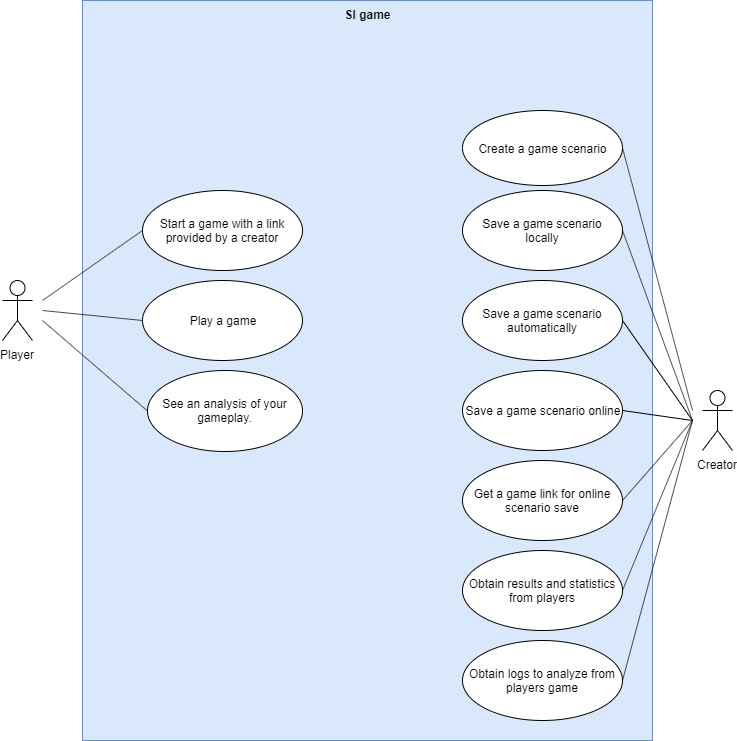
lasaris/si-game keeps this draw.io diagram as SI_usecase.png. Above is the earlier version. Source tidied: cells renumbered, new cells last; positions are measured from the earlier drawing's top-left corner, leaving out a move shared by most shapes. Source of this version:
```xml
<mxGraphModel>
  <root>
    <mxCell id="0" />
    <mxCell id="1" parent="0" />
    <mxCell id="2" value="SI game" style="shape=rect;html=1;verticalAlign=top;fontStyle=1;whiteSpace=wrap;align=center;fillColor=#dae8fc;strokeColor=#6c8ebf;" parent="1" vertex="1">
      <mxGeometry x="80" width="570" height="740" as="geometry" />
    </mxCell>
    <mxCell id="3" value="Player" style="shape=umlActor;html=1;verticalLabelPosition=bottom;verticalAlign=top;align=center;" parent="1" vertex="1">
      <mxGeometry y="280" width="30" height="60" as="geometry" />
    </mxCell>
    <mxCell id="4" value="Creator" style="shape=umlActor;html=1;verticalLabelPosition=bottom;verticalAlign=top;align=center;" parent="1" vertex="1">
      <mxGeometry x="700" y="390" width="30" height="60" as="geometry" />
    </mxCell>
    <mxCell id="5" value="Start a game with a link provided by a creator" style="ellipse;whiteSpace=wrap;html=1;" parent="1" vertex="1">
      <mxGeometry x="140" y="190" width="160" height="80" as="geometry" />
    </mxCell>
    <mxCell id="6" value="Play a game" style="ellipse;whiteSpace=wrap;html=1;" parent="1" vertex="1">
      <mxGeometry x="140" y="280" width="160" height="80" as="geometry" />
    </mxCell>
    <mxCell id="7" style="edgeStyle=none;html=1;endArrow=none;verticalAlign=bottom;entryX=0;entryY=0.5;entryDx=0;entryDy=0;" parent="1" edge="1" target="5">
      <mxGeometry relative="1" as="geometry">
        <mxPoint x="40" y="300" as="sourcePoint" />
      </mxGeometry>
    </mxCell>
    <mxCell id="8" style="edgeStyle=none;html=1;endArrow=none;verticalAlign=bottom;entryX=0;entryY=0.5;entryDx=0;entryDy=0;" parent="1" edge="1" target="6">
      <mxGeometry relative="1" as="geometry">
        <mxPoint x="40" y="310" as="sourcePoint" />
      </mxGeometry>
    </mxCell>
    <mxCell id="9" value="Create a game scenario" style="ellipse;whiteSpace=wrap;html=1;" parent="1" vertex="1">
      <mxGeometry x="460" y="110" width="160" height="75" as="geometry" />
    </mxCell>
    <mxCell id="10" value="See an analysis of your gameplay." style="ellipse;whiteSpace=wrap;html=1;direction=west;rotation=0;" parent="1" vertex="1">
      <mxGeometry x="145" y="370" width="155" height="81" as="geometry" />
    </mxCell>
    <mxCell id="11" style="edgeStyle=none;html=1;endArrow=none;verticalAlign=bottom;entryX=1;entryY=0.5;entryDx=0;entryDy=0;" parent="1" edge="1" target="10">
      <mxGeometry relative="1" as="geometry">
        <mxPoint x="40" y="320" as="sourcePoint" />
      </mxGeometry>
    </mxCell>
    <mxCell id="12" value="Save a game scenario locally" style="ellipse;whiteSpace=wrap;html=1;" parent="1" vertex="1">
      <mxGeometry x="460" y="190" width="160" height="80" as="geometry" />
    </mxCell>
    <mxCell id="13" value="Save a game scenario automatically" style="ellipse;whiteSpace=wrap;html=1;" parent="1" vertex="1">
      <mxGeometry x="460" y="280" width="160" height="80" as="geometry" />
    </mxCell>
    <mxCell id="14" value="Save a game scenario online" style="ellipse;whiteSpace=wrap;html=1;" parent="1" vertex="1">
      <mxGeometry x="460" y="370" width="160" height="80" as="geometry" />
    </mxCell>
    <mxCell id="15" style="edgeStyle=none;html=1;endArrow=none;verticalAlign=bottom;exitX=1;exitY=0.5;exitDx=0;exitDy=0;" parent="1" edge="1" source="9">
      <mxGeometry relative="1" as="geometry">
        <mxPoint x="690" y="410" as="targetPoint" />
      </mxGeometry>
    </mxCell>
    <mxCell id="16" style="edgeStyle=none;html=1;endArrow=none;verticalAlign=bottom;exitX=1;exitY=0.5;exitDx=0;exitDy=0;" parent="1" edge="1" source="12">
      <mxGeometry relative="1" as="geometry">
        <mxPoint x="690" y="420" as="targetPoint" />
      </mxGeometry>
    </mxCell>
    <mxCell id="17" style="edgeStyle=none;html=1;endArrow=none;verticalAlign=bottom;exitX=1;exitY=0.5;exitDx=0;exitDy=0;" parent="1" edge="1" source="13">
      <mxGeometry relative="1" as="geometry">
        <mxPoint x="690" y="420" as="targetPoint" />
      </mxGeometry>
    </mxCell>
    <mxCell id="18" style="edgeStyle=none;html=1;endArrow=none;verticalAlign=bottom;exitX=1;exitY=0.5;exitDx=0;exitDy=0;" parent="1" edge="1" source="14">
      <mxGeometry relative="1" as="geometry">
        <mxPoint x="690" y="420" as="targetPoint" />
      </mxGeometry>
    </mxCell>
    <mxCell id="19" value="Get a game link for online scenario save" style="ellipse;whiteSpace=wrap;html=1;" parent="1" vertex="1">
      <mxGeometry x="460" y="460" width="160" height="80" as="geometry" />
    </mxCell>
    <mxCell id="20" value="Obtain results and statistics from players" style="ellipse;whiteSpace=wrap;html=1;" parent="1" vertex="1">
      <mxGeometry x="460" y="550" width="160" height="80" as="geometry" />
    </mxCell>
    <mxCell id="21" value="Obtain logs to analyze from players game" style="ellipse;whiteSpace=wrap;html=1;" parent="1" vertex="1">
      <mxGeometry x="460" y="640" width="160" height="80" as="geometry" />
    </mxCell>
    <mxCell id="22" style="edgeStyle=none;html=1;endArrow=none;verticalAlign=bottom;exitX=1;exitY=0.5;exitDx=0;exitDy=0;" parent="1" edge="1" source="19">
      <mxGeometry relative="1" as="geometry">
        <mxPoint x="690" y="420" as="targetPoint" />
      </mxGeometry>
    </mxCell>
    <mxCell id="23" style="edgeStyle=none;html=1;endArrow=none;verticalAlign=bottom;exitX=1;exitY=0.5;exitDx=0;exitDy=0;" parent="1" edge="1" source="20">
      <mxGeometry relative="1" as="geometry">
        <mxPoint x="690" y="420" as="targetPoint" />
      </mxGeometry>
    </mxCell>
    <mxCell id="24" style="edgeStyle=none;html=1;endArrow=none;verticalAlign=bottom;exitX=1;exitY=0.5;exitDx=0;exitDy=0;" parent="1" edge="1" source="21">
      <mxGeometry relative="1" as="geometry">
        <mxPoint x="690" y="420" as="targetPoint" />
      </mxGeometry>
    </mxCell>
  </root>
</mxGraphModel>
```
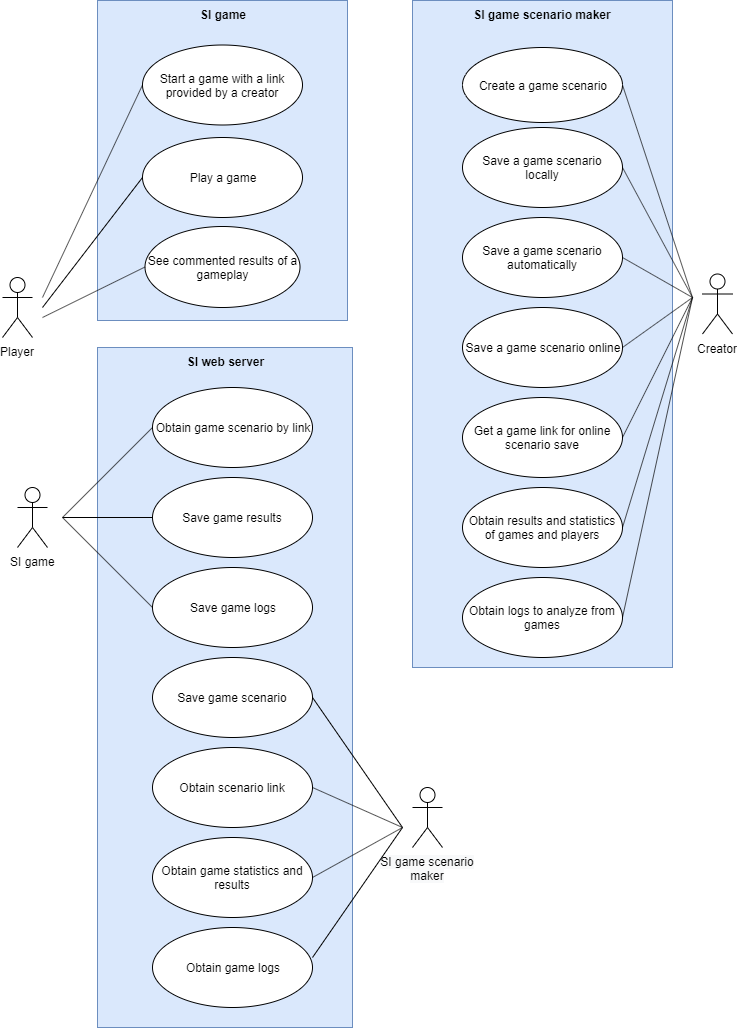
Later version of the same file.

Commit message:
Use case splitted into 3 systems

Change to the diagram source:
```diff
@@ -2,40 +2,43 @@
   <root>
     <mxCell id="0" />
     <mxCell id="1" parent="0" />
+    <mxCell id="25" value="SI game scenario maker" style="shape=rect;html=1;verticalAlign=top;fontStyle=1;whiteSpace=wrap;align=center;fillColor=#dae8fc;strokeColor=#6c8ebf;" parent="1" vertex="1">
+      <mxGeometry x="410" y="63" width="260" height="667" as="geometry" />
+    </mxCell>
     <mxCell id="2" value="SI game" style="shape=rect;html=1;verticalAlign=top;fontStyle=1;whiteSpace=wrap;align=center;fillColor=#dae8fc;strokeColor=#6c8ebf;" parent="1" vertex="1">
-      <mxGeometry x="80" width="570" height="740" as="geometry" />
+      <mxGeometry x="95" y="63" width="250" height="320" as="geometry" />
     </mxCell>
     <mxCell id="3" value="Player" style="shape=umlActor;html=1;verticalLabelPosition=bottom;verticalAlign=top;align=center;" parent="1" vertex="1">
-      <mxGeometry y="280" width="30" height="60" as="geometry" />
+      <mxGeometry y="340" width="30" height="60" as="geometry" />
     </mxCell>
     <mxCell id="4" value="Creator" style="shape=umlActor;html=1;verticalLabelPosition=bottom;verticalAlign=top;align=center;" parent="1" vertex="1">
-      <mxGeometry x="700" y="390" width="30" height="60" as="geometry" />
+      <mxGeometry x="700" y="336.5" width="30" height="60" as="geometry" />
     </mxCell>
     <mxCell id="5" value="Start a game with a link provided by a creator" style="ellipse;whiteSpace=wrap;html=1;" parent="1" vertex="1">
-      <mxGeometry x="140" y="190" width="160" height="80" as="geometry" />
+      <mxGeometry x="140" y="107.5" width="160" height="80" as="geometry" />
     </mxCell>
     <mxCell id="6" value="Play a game" style="ellipse;whiteSpace=wrap;html=1;" parent="1" vertex="1">
-      <mxGeometry x="140" y="280" width="160" height="80" as="geometry" />
+      <mxGeometry x="140" y="200" width="160" height="80" as="geometry" />
     </mxCell>
     <mxCell id="7" style="edgeStyle=none;html=1;endArrow=none;verticalAlign=bottom;entryX=0;entryY=0.5;entryDx=0;entryDy=0;" parent="1" edge="1" target="5">
       <mxGeometry relative="1" as="geometry">
-        <mxPoint x="40" y="300" as="sourcePoint" />
+        <mxPoint x="40" y="360" as="sourcePoint" />
       </mxGeometry>
     </mxCell>
     <mxCell id="8" style="edgeStyle=none;html=1;endArrow=none;verticalAlign=bottom;entryX=0;entryY=0.5;entryDx=0;entryDy=0;" parent="1" edge="1" target="6">
       <mxGeometry relative="1" as="geometry">
-        <mxPoint x="40" y="310" as="sourcePoint" />
+        <mxPoint x="40" y="370" as="sourcePoint" />
       </mxGeometry>
     </mxCell>
     <mxCell id="9" value="Create a game scenario" style="ellipse;whiteSpace=wrap;html=1;" parent="1" vertex="1">
       <mxGeometry x="460" y="110" width="160" height="75" as="geometry" />
     </mxCell>
-    <mxCell id="10" value="See an analysis of your gameplay." style="ellipse;whiteSpace=wrap;html=1;direction=west;rotation=0;" parent="1" vertex="1">
-      <mxGeometry x="145" y="370" width="155" height="81" as="geometry" />
+    <mxCell id="10" value="See commented results of a gameplay" style="ellipse;whiteSpace=wrap;html=1;direction=west;rotation=0;" parent="1" vertex="1">
+      <mxGeometry x="142.5" y="289" width="155" height="81" as="geometry" />
     </mxCell>
     <mxCell id="11" style="edgeStyle=none;html=1;endArrow=none;verticalAlign=bottom;entryX=1;entryY=0.5;entryDx=0;entryDy=0;" parent="1" edge="1" target="10">
       <mxGeometry relative="1" as="geometry">
-        <mxPoint x="40" y="320" as="sourcePoint" />
+        <mxPoint x="40" y="380" as="sourcePoint" />
       </mxGeometry>
     </mxCell>
     <mxCell id="12" value="Save a game scenario locally" style="ellipse;whiteSpace=wrap;html=1;" parent="1" vertex="1">
@@ -49,47 +52,113 @@
     </mxCell>
     <mxCell id="15" style="edgeStyle=none;html=1;endArrow=none;verticalAlign=bottom;exitX=1;exitY=0.5;exitDx=0;exitDy=0;" parent="1" edge="1" source="9">
       <mxGeometry relative="1" as="geometry">
-        <mxPoint x="690" y="410" as="targetPoint" />
+        <mxPoint x="690" y="360" as="targetPoint" />
       </mxGeometry>
     </mxCell>
     <mxCell id="16" style="edgeStyle=none;html=1;endArrow=none;verticalAlign=bottom;exitX=1;exitY=0.5;exitDx=0;exitDy=0;" parent="1" edge="1" source="12">
       <mxGeometry relative="1" as="geometry">
-        <mxPoint x="690" y="420" as="targetPoint" />
+        <mxPoint x="690" y="360" as="targetPoint" />
       </mxGeometry>
     </mxCell>
     <mxCell id="17" style="edgeStyle=none;html=1;endArrow=none;verticalAlign=bottom;exitX=1;exitY=0.5;exitDx=0;exitDy=0;" parent="1" edge="1" source="13">
       <mxGeometry relative="1" as="geometry">
-        <mxPoint x="690" y="420" as="targetPoint" />
+        <mxPoint x="690" y="360" as="targetPoint" />
       </mxGeometry>
     </mxCell>
     <mxCell id="18" style="edgeStyle=none;html=1;endArrow=none;verticalAlign=bottom;exitX=1;exitY=0.5;exitDx=0;exitDy=0;" parent="1" edge="1" source="14">
       <mxGeometry relative="1" as="geometry">
-        <mxPoint x="690" y="420" as="targetPoint" />
+        <mxPoint x="690" y="360" as="targetPoint" />
       </mxGeometry>
     </mxCell>
     <mxCell id="19" value="Get a game link for online scenario save" style="ellipse;whiteSpace=wrap;html=1;" parent="1" vertex="1">
       <mxGeometry x="460" y="460" width="160" height="80" as="geometry" />
     </mxCell>
-    <mxCell id="20" value="Obtain results and statistics from players" style="ellipse;whiteSpace=wrap;html=1;" parent="1" vertex="1">
+    <mxCell id="20" value="Obtain results and statistics of games and players" style="ellipse;whiteSpace=wrap;html=1;" parent="1" vertex="1">
       <mxGeometry x="460" y="550" width="160" height="80" as="geometry" />
     </mxCell>
-    <mxCell id="21" value="Obtain logs to analyze from players game" style="ellipse;whiteSpace=wrap;html=1;" parent="1" vertex="1">
+    <mxCell id="21" value="Obtain logs to analyze from games" style="ellipse;whiteSpace=wrap;html=1;" parent="1" vertex="1">
       <mxGeometry x="460" y="640" width="160" height="80" as="geometry" />
     </mxCell>
     <mxCell id="22" style="edgeStyle=none;html=1;endArrow=none;verticalAlign=bottom;exitX=1;exitY=0.5;exitDx=0;exitDy=0;" parent="1" edge="1" source="19">
       <mxGeometry relative="1" as="geometry">
-        <mxPoint x="690" y="420" as="targetPoint" />
+        <mxPoint x="690" y="360" as="targetPoint" />
       </mxGeometry>
     </mxCell>
     <mxCell id="23" style="edgeStyle=none;html=1;endArrow=none;verticalAlign=bottom;exitX=1;exitY=0.5;exitDx=0;exitDy=0;" parent="1" edge="1" source="20">
       <mxGeometry relative="1" as="geometry">
-        <mxPoint x="690" y="420" as="targetPoint" />
+        <mxPoint x="690" y="360" as="targetPoint" />
       </mxGeometry>
     </mxCell>
     <mxCell id="24" style="edgeStyle=none;html=1;endArrow=none;verticalAlign=bottom;exitX=1;exitY=0.5;exitDx=0;exitDy=0;" parent="1" edge="1" source="21">
       <mxGeometry relative="1" as="geometry">
-        <mxPoint x="690" y="420" as="targetPoint" />
+        <mxPoint x="690" y="360" as="targetPoint" />
       </mxGeometry>
     </mxCell>
+    <mxCell id="26" value="SI web server" style="shape=rect;html=1;verticalAlign=top;fontStyle=1;whiteSpace=wrap;align=center;fillColor=#dae8fc;strokeColor=#6c8ebf;" parent="1" vertex="1">
+      <mxGeometry x="95" y="410" width="255" height="680" as="geometry" />
+    </mxCell>
+    <mxCell id="27" value="SI game" style="shape=umlActor;html=1;verticalLabelPosition=bottom;verticalAlign=top;align=center;" parent="1" vertex="1">
+      <mxGeometry x="15" y="550" width="30" height="60" as="geometry" />
+    </mxCell>
+    <mxCell id="28" value="Obtain game scenario by link" style="ellipse;whiteSpace=wrap;html=1;" parent="1" vertex="1">
+      <mxGeometry x="150" y="450" width="160" height="80" as="geometry" />
+    </mxCell>
+    <mxCell id="29" style="edgeStyle=none;html=1;endArrow=none;verticalAlign=bottom;entryX=0;entryY=0.5;entryDx=0;entryDy=0;" parent="1" edge="1" target="28">
+      <mxGeometry relative="1" as="geometry">
+        <mxPoint x="60" y="580" as="sourcePoint" />
+      </mxGeometry>
+    </mxCell>
+    <mxCell id="30" value="Save game results" style="ellipse;whiteSpace=wrap;html=1;" parent="1" vertex="1">
+      <mxGeometry x="150" y="540" width="160" height="80" as="geometry" />
+    </mxCell>
+    <mxCell id="31" value="Save game logs" style="ellipse;whiteSpace=wrap;html=1;" parent="1" vertex="1">
+      <mxGeometry x="150" y="630" width="160" height="80" as="geometry" />
+    </mxCell>
+    <mxCell id="32" style="edgeStyle=none;html=1;endArrow=none;verticalAlign=bottom;entryX=0;entryY=0.5;entryDx=0;entryDy=0;" parent="1" edge="1" target="30">
+      <mxGeometry relative="1" as="geometry">
+        <mxPoint x="60" y="580" as="sourcePoint" />
+      </mxGeometry>
+    </mxCell>
+    <mxCell id="33" style="edgeStyle=none;html=1;endArrow=none;verticalAlign=bottom;entryX=0;entryY=0.5;entryDx=0;entryDy=0;" parent="1" edge="1" target="31">
+      <mxGeometry relative="1" as="geometry">
+        <mxPoint x="60" y="580" as="sourcePoint" />
+      </mxGeometry>
+    </mxCell>
+    <mxCell id="34" value="Save game scenario" style="ellipse;whiteSpace=wrap;html=1;" parent="1" vertex="1">
+      <mxGeometry x="150" y="720" width="160" height="80" as="geometry" />
+    </mxCell>
+    <mxCell id="35" value="Obtain scenario link" style="ellipse;whiteSpace=wrap;html=1;" parent="1" vertex="1">
+      <mxGeometry x="150" y="810" width="160" height="80" as="geometry" />
+    </mxCell>
+    <mxCell id="36" value="Obtain game statistics and results" style="ellipse;whiteSpace=wrap;html=1;" parent="1" vertex="1">
+      <mxGeometry x="150" y="900" width="160" height="80" as="geometry" />
+    </mxCell>
+    <mxCell id="37" value="Obtain game logs" style="ellipse;whiteSpace=wrap;html=1;" parent="1" vertex="1">
+      <mxGeometry x="150" y="990" width="160" height="80" as="geometry" />
+    </mxCell>
+    <mxCell id="38" value="&lt;span style=&quot;white-space: normal ; background-color: rgb(248 , 249 , 250)&quot;&gt;SI game scenario maker&lt;/span&gt;" style="shape=umlActor;verticalLabelPosition=bottom;labelBackgroundColor=#ffffff;verticalAlign=top;html=1;" parent="1" vertex="1">
+      <mxGeometry x="410" y="850" width="30" height="60" as="geometry" />
+    </mxCell>
+    <mxCell id="39" style="edgeStyle=none;html=1;endArrow=none;verticalAlign=bottom;exitX=1;exitY=0.5;exitDx=0;exitDy=0;" parent="1" edge="1" source="34">
+      <mxGeometry relative="1" as="geometry">
+        <mxPoint x="400" y="890" as="targetPoint" />
+      </mxGeometry>
+    </mxCell>
+    <mxCell id="40" style="edgeStyle=none;html=1;endArrow=none;verticalAlign=bottom;exitX=1;exitY=0.5;exitDx=0;exitDy=0;" parent="1" edge="1" source="35">
+      <mxGeometry relative="1" as="geometry">
+        <mxPoint x="400" y="890" as="targetPoint" />
+      </mxGeometry>
+    </mxCell>
+    <mxCell id="41" style="edgeStyle=none;html=1;endArrow=none;verticalAlign=bottom;exitX=1;exitY=0.5;exitDx=0;exitDy=0;" parent="1" edge="1" source="36">
+      <mxGeometry relative="1" as="geometry">
+        <mxPoint x="400" y="890" as="targetPoint" />
+      </mxGeometry>
+    </mxCell>
+    <mxCell id="42" style="edgeStyle=none;html=1;endArrow=none;verticalAlign=bottom;" parent="1" edge="1">
+      <mxGeometry relative="1" as="geometry">
+        <mxPoint x="310" y="1020" as="sourcePoint" />
+        <mxPoint x="400" y="890" as="targetPoint" />
+      </mxGeometry>
+    </mxCell>
   </root>
 </mxGraphModel>
```
